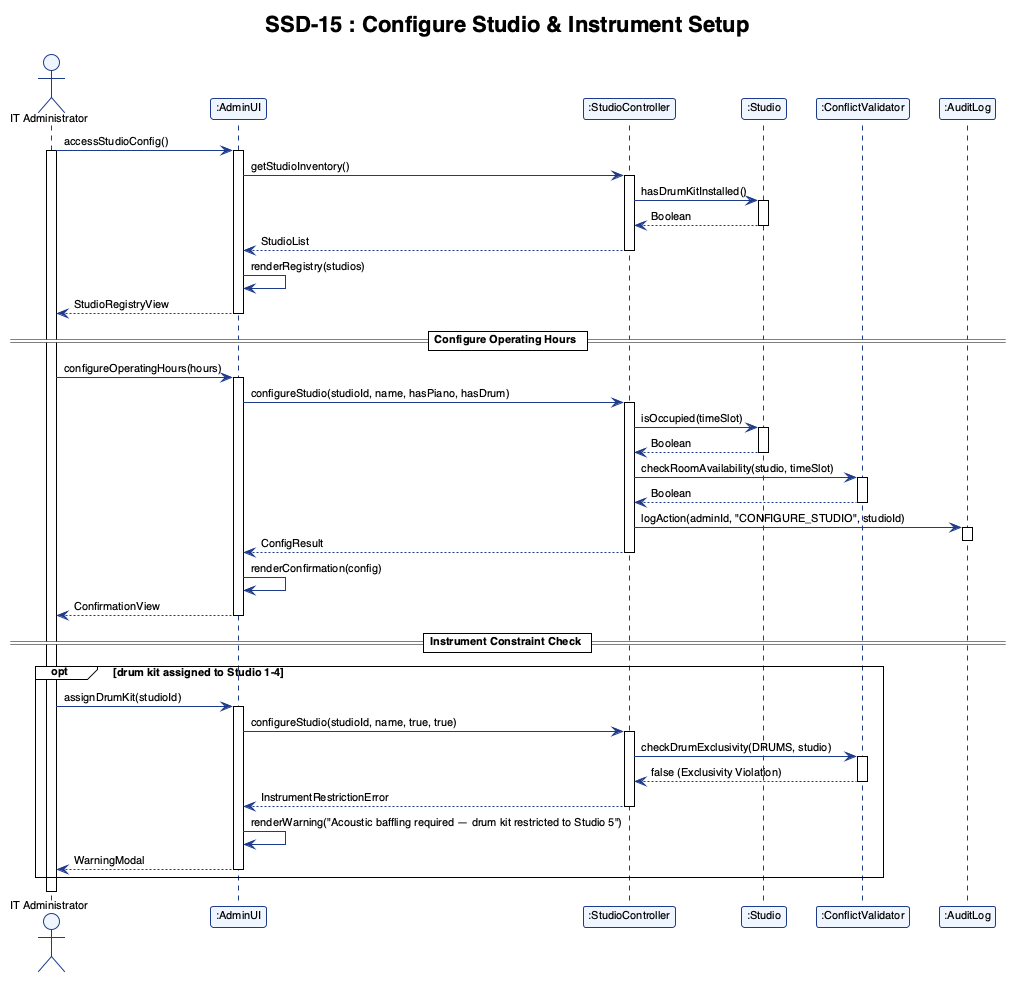
Above: report/assets/ssd_15.png in adoreblvnk/2001temp (PlantUML), before the change. Source of this version:
```plantuml
@startuml ssd_15
!theme plain
skinparam shadowing false
skinparam defaultFontName "Helvetica", "Arial", sans-serif
skinparam defaultFontSize 11
skinparam sequence {
    ParticipantBorderColor #1E3A8A
    ParticipantBackgroundColor #EFF6FF
    LifeLineBorderColor #1E3A8A
    LifeLineBackgroundColor #FFFFFF
    ArrowColor #1E3A8A
    ActorBorderColor #1E3A8A
    ActorBackgroundColor #EFF6FF
}

title SSD-15 : Configure Studio & Instrument Setup

actor "IT Administrator" as ITAdmin
participant ":AdminUI" as AdminUI
participant ":StudioController" as StudioController
participant ":Studio" as Studio
participant ":ConflictValidator" as ConflictValidator
participant ":AuditLog" as AuditLog

ITAdmin -> AdminUI : accessStudioConfig()
activate ITAdmin
activate AdminUI
AdminUI -> StudioController : getStudioInventory()
activate StudioController
StudioController -> Studio : hasDrumKitInstalled()
activate Studio
Studio --> StudioController : Boolean
deactivate Studio
StudioController --> AdminUI : StudioList
deactivate StudioController
AdminUI -> AdminUI : renderRegistry(studios)
AdminUI --> ITAdmin : StudioRegistryView
deactivate AdminUI

== Configure Operating Hours ==

ITAdmin -> AdminUI : configureOperatingHours(hours)
activate AdminUI
AdminUI -> StudioController : configureStudio(studioId, name, hasPiano, hasDrum)
activate StudioController
StudioController -> Studio : isOccupied(timeSlot)
activate Studio
Studio --> StudioController : Boolean
deactivate Studio
StudioController -> ConflictValidator : checkRoomAvailability(studio, timeSlot)
activate ConflictValidator
ConflictValidator --> StudioController : Boolean
deactivate ConflictValidator
StudioController -> AuditLog : logAction(adminId, "CONFIGURE_STUDIO", studioId)
activate AuditLog
deactivate AuditLog
StudioController --> AdminUI : ConfigResult
deactivate StudioController
AdminUI -> AdminUI : renderConfirmation(config)
AdminUI --> ITAdmin : ConfirmationView
deactivate AdminUI

== Instrument Constraint Check ==

opt drum kit assigned to Studio 1-4
    ITAdmin -> AdminUI : assignDrumKit(studioId)
    activate AdminUI
    AdminUI -> StudioController : configureStudio(studioId, name, true, true)
    activate StudioController
    StudioController -> ConflictValidator : checkDrumExclusivity(DRUMS, studio)
    activate ConflictValidator
    ConflictValidator --> StudioController : false (Exclusivity Violation)
    deactivate ConflictValidator
    StudioController --> AdminUI : InstrumentRestrictionError
    deactivate StudioController
    AdminUI -> AdminUI : renderWarning("Acoustic baffling required — drum kit restricted to Studio 5")
    AdminUI --> ITAdmin : WarningModal
    deactivate AdminUI
end

deactivate ITAdmin
@enduml
```
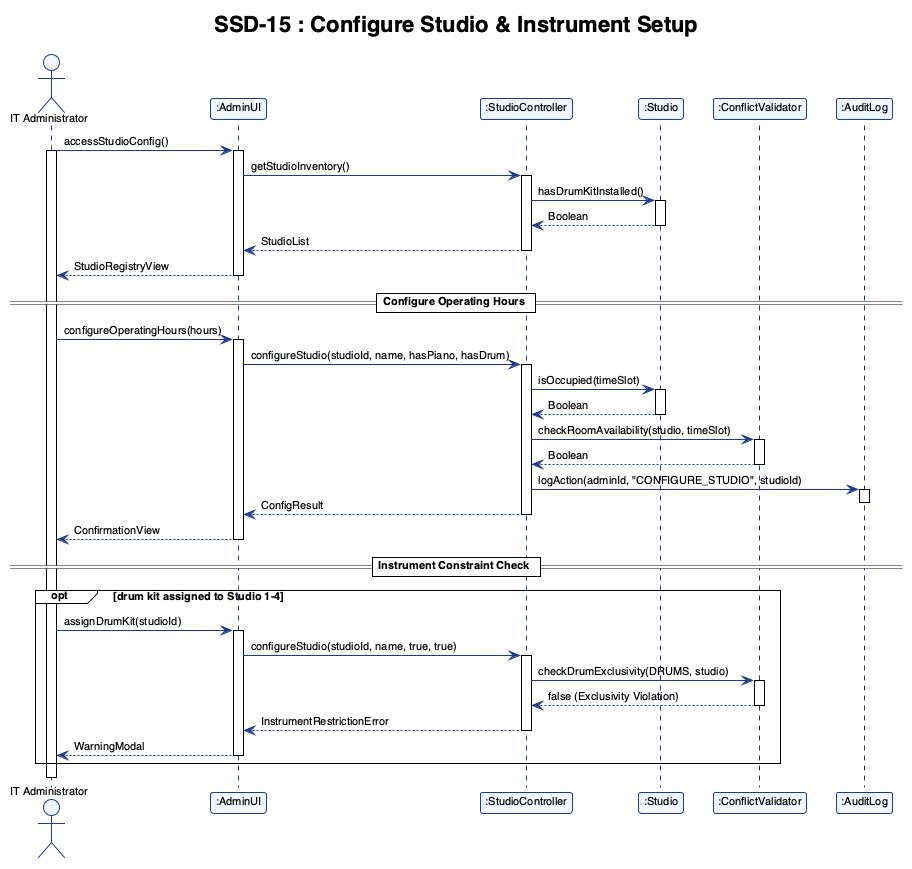
The same file after the commit.

What changed in the source:
```diff
@@ -33,7 +33,6 @@
 deactivate Studio
 StudioController --> AdminUI : StudioList
 deactivate StudioController
-AdminUI -> AdminUI : renderRegistry(studios)
 AdminUI --> ITAdmin : StudioRegistryView
 deactivate AdminUI
 
@@ -56,7 +55,6 @@
 deactivate AuditLog
 StudioController --> AdminUI : ConfigResult
 deactivate StudioController
-AdminUI -> AdminUI : renderConfirmation(config)
 AdminUI --> ITAdmin : ConfirmationView
 deactivate AdminUI
 
@@ -73,7 +71,6 @@
     deactivate ConflictValidator
     StudioController --> AdminUI : InstrumentRestrictionError
     deactivate StudioController
-    AdminUI -> AdminUI : renderWarning("Acoustic baffling required — drum kit restricted to Studio 5")
     AdminUI --> ITAdmin : WarningModal
     deactivate AdminUI
 end
```
